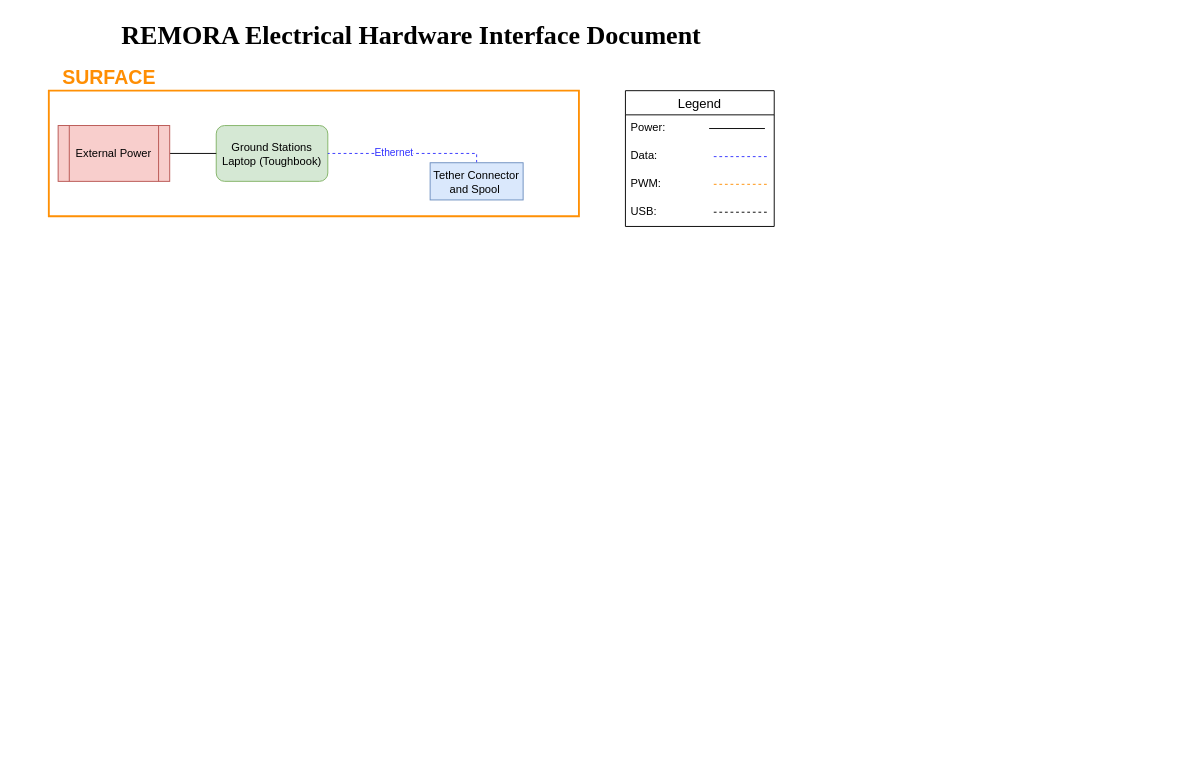
Before: RemoraSID.drawio in sam4413/RobosubSIDs, a draw.io diagram. Source tidied: cells renumbered, new cells numbered last; positions are measured from the earlier drawing's top-left corner, leaving out a move shared by most shapes. Both pictures are drawn from the tidied source at 93%, with x=0, y=0 at pixel (16, 16).
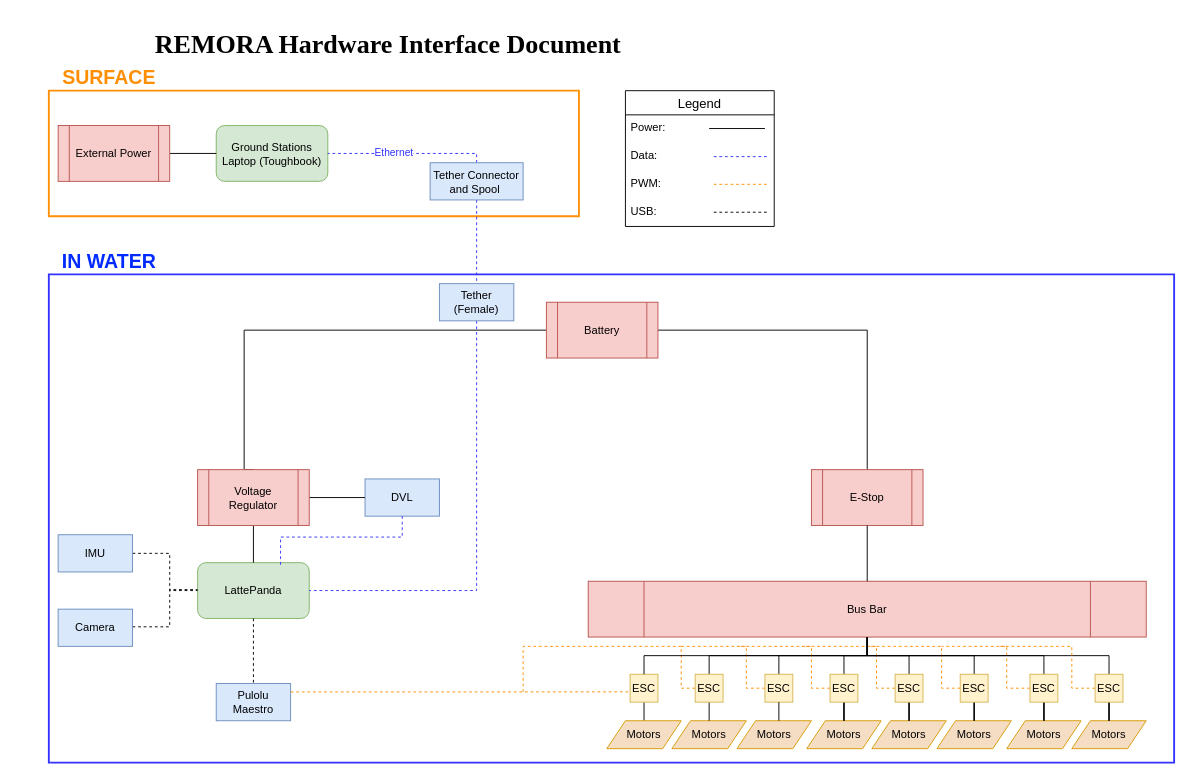
The same page after the edit.

Unchanged cells that the change refers to:
```xml
<mxCell id="8" value="Tether Connector and Spool&amp;nbsp;" style="rounded=0;whiteSpace=wrap;html=1;fillColor=#dae8fc;strokeColor=#6c8ebf;" parent="1" vertex="1">
  <mxGeometry x="445" y="157.5" width="100" height="40" as="geometry" />
</mxCell>
<mxCell id="11" value="Legend" style="swimlane;fontStyle=0;horizontal=1;startSize=26;align=center;fontSize=14;" parent="1" vertex="1">
  <mxGeometry x="655" y="80" width="160" height="146" as="geometry" />
</mxCell>
```

The edit, as a diff of the source:
```diff
@@
-    <mxCell id="2" value="&lt;font face=&quot;Times New Roman&quot; style=&quot;font-size: 28px;&quot;&gt;&lt;b&gt;REMORA Electrical Hardware Interface Document&lt;/b&gt;&lt;/font&gt;" style="text;html=1;whiteSpace=wrap;strokeColor=none;fillColor=none;align=center;verticalAlign=middle;rounded=0;" parent="1" vertex="1">
-      <mxGeometry width="850" height="40" as="geometry" />
-    </mxCell>
-    <mxCell id="3" style="verticalLabelPosition=bottom;verticalAlign=top;html=1;shape=mxgraph.basic.rect;fillColor2=none;strokeWidth=2;size=20;indent=5;fillColor=none;strokeColor=light-dark(#FF9005,#FFFFFF);" parent="1" vertex="1">
-      <mxGeometry x="35" y="80" width="570" height="135" as="geometry" />
-    </mxCell>
+    <mxCell id="20" style="verticalLabelPosition=bottom;verticalAlign=top;html=1;shape=mxgraph.basic.rect;fillColor2=none;strokeWidth=2;size=20;indent=5;fillColor=none;strokeColor=#3333FF;" parent="1" vertex="1">
+      <mxGeometry x="35" y="277.5" width="1210" height="525" as="geometry" />
+    </mxCell>
+    <mxCell id="21" value="&lt;font face=&quot;Times New Roman&quot; style=&quot;font-size: 28px;&quot;&gt;&lt;b&gt;REMORA Hardware Interface Document&lt;/b&gt;&lt;/font&gt;" style="text;html=1;whiteSpace=wrap;strokeColor=none;fillColor=none;align=center;verticalAlign=middle;rounded=0;" parent="1" vertex="1">
+      <mxGeometry x="35" y="10" width="730" height="40" as="geometry" />
+    </mxCell>
+    <mxCell id="22" value="LattePanda" style="rounded=1;whiteSpace=wrap;html=1;fillColor=#d5e8d4;strokeColor=#82b366;" parent="1" vertex="1">
+      <mxGeometry x="195" y="587.5" width="120" height="60" as="geometry" />
+    </mxCell>
+    <mxCell id="23" style="edgeStyle=orthogonalEdgeStyle;rounded=0;jettySize=auto;html=1;entryX=0;entryY=0.5;entryDx=0;entryDy=0;strokeColor=#000000;dashed=1;endArrow=none;endFill=0;" parent="1" edge="1" source="24" target="22">
+      <mxGeometry relative="1" as="geometry">
+        <Array as="points">
+          <mxPoint x="165" y="578" />
+          <mxPoint x="165" y="618" />
+        </Array>
+      </mxGeometry>
+    </mxCell>
+    <mxCell id="24" value="IMU" style="rounded=0;whiteSpace=wrap;html=1;fillColor=#dae8fc;strokeColor=#6c8ebf;" parent="1" vertex="1">
+      <mxGeometry x="45" y="557.5" width="80" height="40" as="geometry" />
+    </mxCell>
+    <mxCell id="25" value="&lt;div&gt;&lt;span style=&quot;background-color: transparent; color: light-dark(rgb(0, 0, 0), rgb(255, 255, 255));&quot;&gt;DVL&lt;/span&gt;&lt;/div&gt;" style="rounded=0;whiteSpace=wrap;html=1;fillColor=#dae8fc;strokeColor=#6c8ebf;" parent="1" vertex="1">
+      <mxGeometry x="375" y="497.5" width="80" height="40" as="geometry" />
+    </mxCell>
+    <mxCell id="26" style="edgeStyle=orthogonalEdgeStyle;rounded=0;jettySize=auto;html=1;exitX=0.5;exitY=1;exitDx=0;exitDy=0;entryX=0.5;entryY=0;entryDx=0;entryDy=0;endArrow=none;endFill=0;" parent="1" edge="1" source="27" target="35">
+      <mxGeometry relative="1" as="geometry" />
+    </mxCell>
+    <mxCell id="27" value="ESC" style="whiteSpace=wrap;html=1;fillColor=#fff2cc;strokeColor=#d6b656;" parent="1" vertex="1">
+      <mxGeometry x="660" y="707.5" width="30" height="30" as="geometry" />
+    </mxCell>
+    <mxCell id="28" value="Pulolu Maestro" style="rounded=0;whiteSpace=wrap;html=1;fillColor=#dae8fc;strokeColor=#6c8ebf;" parent="1" vertex="1">
+      <mxGeometry x="215" y="717.5" width="80" height="40" as="geometry" />
+    </mxCell>
+    <mxCell id="29" style="edgeStyle=orthogonalEdgeStyle;rounded=0;jettySize=auto;html=1;entryX=1;entryY=0.5;entryDx=0;entryDy=0;dashed=1;strokeColor=#3333FF;endArrow=none;endFill=0;" parent="1" edge="1" source="30" target="22">
+      <mxGeometry relative="1" as="geometry">
+        <Array as="points">
+          <mxPoint x="495" y="618" />
+        </Array>
+      </mxGeometry>
+    </mxCell>
+    <mxCell id="30" value="Tether (Female)" style="rounded=0;whiteSpace=wrap;html=1;fillColor=#dae8fc;strokeColor=#6c8ebf;" parent="1" vertex="1">
+      <mxGeometry x="455" y="287.5" width="80" height="40" as="geometry" />
+    </mxCell>
+    <mxCell id="31" style="edgeStyle=orthogonalEdgeStyle;rounded=0;jettySize=auto;html=1;entryX=0.5;entryY=0;entryDx=0;entryDy=0;endArrow=none;endFill=0;" parent="1" edge="1" source="33" target="40">
+      <mxGeometry relative="1" as="geometry" />
+    </mxCell>
+    <mxCell id="32" style="edgeStyle=orthogonalEdgeStyle;rounded=0;jettySize=auto;html=1;entryX=0.5;entryY=0;entryDx=0;entryDy=0;endArrow=none;endFill=0;" parent="1" edge="1" source="33" target="38">
+      <mxGeometry relative="1" as="geometry">
+        <Array as="points">
+          <mxPoint x="245" y="338" />
+          <mxPoint x="245" y="488" />
+        </Array>
+      </mxGeometry>
+    </mxCell>
+    <mxCell id="33" value="Battery" style="shape=process;whiteSpace=wrap;html=1;backgroundOutline=1;fillColor=#f8cecc;strokeColor=#b85450;" parent="1" vertex="1">
+      <mxGeometry x="570" y="307.5" width="120" height="60" as="geometry" />
+    </mxCell>
+    <mxCell id="34" value="Bus Bar" style="shape=process;whiteSpace=wrap;html=1;backgroundOutline=1;fillColor=#f8cecc;strokeColor=#b85450;" parent="1" vertex="1">
+      <mxGeometry x="615" y="607.5" width="600" height="60" as="geometry" />
+    </mxCell>
+    <mxCell id="35" value="Motors" style="shape=parallelogram;perimeter=parallelogramPerimeter;whiteSpace=wrap;html=1;fixedSize=1;fillColor=#F5DDC4;strokeColor=#d79b00;" parent="1" vertex="1">
+      <mxGeometry x="635" y="757.5" width="80" height="30" as="geometry" />
+    </mxCell>
+    <mxCell id="36" style="edgeStyle=orthogonalEdgeStyle;rounded=0;jettySize=auto;html=1;endArrow=none;endFill=0;" parent="1" edge="1" source="38" target="22">
+      <mxGeometry relative="1" as="geometry" />
+    </mxCell>
+    <mxCell id="37" style="edgeStyle=orthogonalEdgeStyle;rounded=0;jettySize=auto;html=1;endArrow=none;endFill=0;" parent="1" edge="1" source="38" target="25">
+      <mxGeometry relative="1" as="geometry" />
+    </mxCell>
+    <mxCell id="38" value="Voltage Regulator" style="shape=process;whiteSpace=wrap;html=1;backgroundOutline=1;fillColor=#f8cecc;strokeColor=#b85450;" parent="1" vertex="1">
+      <mxGeometry x="195" y="487.5" width="120" height="60" as="geometry" />
+    </mxCell>
+    <mxCell id="39" style="endArrow=none;dashed=1;html=1;rounded=0;exitX=0.5;exitY=1;exitDx=0;exitDy=0;entryX=0.5;entryY=0;entryDx=0;entryDy=0;strokeColor=#000000;" parent="1" edge="1" source="22" target="28">
+      <mxGeometry relative="1" as="geometry" />
+    </mxCell>
+    <mxCell id="40" value="E-Stop" style="shape=process;whiteSpace=wrap;html=1;backgroundOutline=1;fillColor=#f8cecc;strokeColor=#b85450;" parent="1" vertex="1">
+      <mxGeometry x="855" y="487.5" width="120" height="60" as="geometry" />
+    </mxCell>
+    <mxCell id="41" value="Motors" style="shape=parallelogram;perimeter=parallelogramPerimeter;whiteSpace=wrap;html=1;fixedSize=1;fillColor=#F5DDC4;strokeColor=#d79b00;" parent="1" vertex="1">
+      <mxGeometry x="705" y="757.5" width="80" height="30" as="geometry" />
+    </mxCell>
+    <mxCell id="42" value="Motors" style="shape=parallelogram;perimeter=parallelogramPerimeter;whiteSpace=wrap;html=1;fixedSize=1;fillColor=#F5DDC4;strokeColor=#d79b00;" parent="1" vertex="1">
+      <mxGeometry x="775" y="757.5" width="80" height="30" as="geometry" />
+    </mxCell>
+    <mxCell id="43" value="Motors" style="shape=parallelogram;perimeter=parallelogramPerimeter;whiteSpace=wrap;html=1;fixedSize=1;fillColor=#F5DDC4;strokeColor=#d79b00;" parent="1" vertex="1">
+      <mxGeometry x="850" y="757.5" width="80" height="30" as="geometry" />
+    </mxCell>
+    <mxCell id="44" value="Motors" style="shape=parallelogram;perimeter=parallelogramPerimeter;whiteSpace=wrap;html=1;fixedSize=1;fillColor=#F5DDC4;strokeColor=#d79b00;" parent="1" vertex="1">
+      <mxGeometry x="920" y="757.5" width="80" height="30" as="geometry" />
+    </mxCell>
+    <mxCell id="45" value="Motors" style="shape=parallelogram;perimeter=parallelogramPerimeter;whiteSpace=wrap;html=1;fixedSize=1;fillColor=#F5DDC4;strokeColor=#d79b00;" parent="1" vertex="1">
+      <mxGeometry x="990" y="757.5" width="80" height="30" as="geometry" />
+    </mxCell>
+    <mxCell id="46" value="Motors" style="shape=parallelogram;perimeter=parallelogramPerimeter;whiteSpace=wrap;html=1;fixedSize=1;fillColor=#F5DDC4;strokeColor=#d79b00;" parent="1" vertex="1">
+      <mxGeometry x="1065" y="757.5" width="80" height="30" as="geometry" />
+    </mxCell>
+    <mxCell id="47" value="Motors" style="shape=parallelogram;perimeter=parallelogramPerimeter;whiteSpace=wrap;html=1;fixedSize=1;fillColor=#F5DDC4;strokeColor=#d79b00;" parent="1" vertex="1">
+      <mxGeometry x="1135" y="757.5" width="80" height="30" as="geometry" />
+    </mxCell>
+    <mxCell id="48" style="edgeStyle=orthogonalEdgeStyle;rounded=0;jettySize=auto;html=1;endArrow=none;endFill=0;" parent="1" edge="1" source="51" target="34">
+      <mxGeometry relative="1" as="geometry" />
+    </mxCell>
+    <mxCell id="49" style="edgeStyle=orthogonalEdgeStyle;rounded=0;jettySize=auto;html=1;exitX=0.5;exitY=1;exitDx=0;exitDy=0;entryX=0.5;entryY=0;entryDx=0;entryDy=0;endArrow=none;endFill=0;" parent="1" edge="1" source="51" target="41">
+      <mxGeometry relative="1" as="geometry" />
+    </mxCell>
+    <mxCell id="50" style="edgeStyle=orthogonalEdgeStyle;rounded=0;jettySize=auto;html=1;exitX=0;exitY=0.5;exitDx=0;exitDy=0;endArrow=none;endFill=0;dashed=1;strokeColor=#FF8E03;" parent="1" edge="1" source="51">
+      <mxGeometry relative="1" as="geometry">
+        <mxPoint x="545" y="727.5" as="targetPoint" />
+        <Array as="points">
+          <mxPoint x="715" y="722.5" />
+          <mxPoint x="715" y="677.5" />
+          <mxPoint x="545" y="677.5" />
+        </Array>
+      </mxGeometry>
+    </mxCell>
+    <mxCell id="51" value="ESC" style="whiteSpace=wrap;html=1;fillColor=#fff2cc;strokeColor=#d6b656;" parent="1" vertex="1">
+      <mxGeometry x="730" y="707.5" width="30" height="30" as="geometry" />
+    </mxCell>
+    <mxCell id="52" style="edgeStyle=orthogonalEdgeStyle;rounded=0;jettySize=auto;html=1;endArrow=none;endFill=0;" parent="1" edge="1" source="54" target="34">
+      <mxGeometry relative="1" as="geometry" />
+    </mxCell>
+    <mxCell id="53" style="edgeStyle=orthogonalEdgeStyle;rounded=0;jettySize=auto;html=1;exitX=0;exitY=0.5;exitDx=0;exitDy=0;endArrow=none;endFill=0;dashed=1;strokeColor=#FF8E03;" parent="1" edge="1" source="54">
+      <mxGeometry relative="1" as="geometry">
+        <mxPoint x="715" y="677.5" as="targetPoint" />
+        <Array as="points">
+          <mxPoint x="785" y="722.5" />
+          <mxPoint x="785" y="677.5" />
+        </Array>
+      </mxGeometry>
+    </mxCell>
+    <mxCell id="54" value="ESC" style="whiteSpace=wrap;html=1;fillColor=#fff2cc;strokeColor=#d6b656;" parent="1" vertex="1">
+      <mxGeometry x="805" y="707.5" width="30" height="30" as="geometry" />
+    </mxCell>
+    <mxCell id="55" style="edgeStyle=orthogonalEdgeStyle;rounded=0;jettySize=auto;html=1;endArrow=none;endFill=0;" parent="1" edge="1" source="58" target="34">
+      <mxGeometry relative="1" as="geometry" />
+    </mxCell>
+    <mxCell id="56" style="edgeStyle=orthogonalEdgeStyle;rounded=0;jettySize=auto;html=1;endArrow=none;endFill=0;" parent="1" edge="1" source="58" target="43">
+      <mxGeometry relative="1" as="geometry" />
+    </mxCell>
+    <mxCell id="57" style="edgeStyle=orthogonalEdgeStyle;rounded=0;jettySize=auto;html=1;exitX=0;exitY=0.5;exitDx=0;exitDy=0;strokeColor=#FF8E03;endArrow=none;endFill=0;dashed=1;" parent="1" edge="1" source="58">
+      <mxGeometry relative="1" as="geometry">
+        <mxPoint x="775" y="677.5" as="targetPoint" />
+        <Array as="points">
+          <mxPoint x="855" y="722.5" />
+          <mxPoint x="855" y="677.5" />
+        </Array>
+      </mxGeometry>
+    </mxCell>
+    <mxCell id="58" value="ESC" style="whiteSpace=wrap;html=1;fillColor=#fff2cc;strokeColor=#d6b656;" parent="1" vertex="1">
+      <mxGeometry x="875" y="707.5" width="30" height="30" as="geometry" />
+    </mxCell>
+    <mxCell id="59" style="endArrow=none;html=1;rounded=0;entryX=0.5;entryY=1;entryDx=0;entryDy=0;exitX=0.5;exitY=0;exitDx=0;exitDy=0;" parent="1" edge="1" source="34" target="40">
+      <mxGeometry relative="1" as="geometry" />
+    </mxCell>
+    <mxCell id="60" style="edgeStyle=orthogonalEdgeStyle;rounded=0;jettySize=auto;html=1;endArrow=none;endFill=0;" parent="1" edge="1" source="63" target="34">
+      <mxGeometry relative="1" as="geometry" />
+    </mxCell>
+    <mxCell id="61" style="edgeStyle=orthogonalEdgeStyle;rounded=0;jettySize=auto;html=1;endArrow=none;endFill=0;" parent="1" edge="1" source="63" target="44">
+      <mxGeometry relative="1" as="geometry" />
+    </mxCell>
+    <mxCell id="62" style="edgeStyle=orthogonalEdgeStyle;rounded=0;jettySize=auto;html=1;exitX=0;exitY=0.5;exitDx=0;exitDy=0;endArrow=none;endFill=0;dashed=1;strokeColor=#FF8E03;" parent="1" edge="1" source="63">
+      <mxGeometry relative="1" as="geometry">
+        <mxPoint x="845" y="677.5" as="targetPoint" />
+        <Array as="points">
+          <mxPoint x="925" y="722.5" />
+          <mxPoint x="925" y="677.5" />
+        </Array>
+      </mxGeometry>
+    </mxCell>
+    <mxCell id="63" value="ESC" style="whiteSpace=wrap;html=1;fillColor=#fff2cc;strokeColor=#d6b656;" parent="1" vertex="1">
+      <mxGeometry x="945" y="707.5" width="30" height="30" as="geometry" />
+    </mxCell>
+    <mxCell id="64" style="edgeStyle=orthogonalEdgeStyle;rounded=0;jettySize=auto;html=1;endArrow=none;endFill=0;" parent="1" edge="1" source="67" target="34">
+      <mxGeometry relative="1" as="geometry" />
+    </mxCell>
+    <mxCell id="65" style="edgeStyle=orthogonalEdgeStyle;rounded=0;jettySize=auto;html=1;endArrow=none;endFill=0;" parent="1" edge="1" source="67" target="45">
+      <mxGeometry relative="1" as="geometry" />
+    </mxCell>
+    <mxCell id="66" style="edgeStyle=orthogonalEdgeStyle;rounded=0;jettySize=auto;html=1;exitX=0;exitY=0.5;exitDx=0;exitDy=0;strokeColor=#FF8E03;endArrow=none;endFill=0;dashed=1;" parent="1" edge="1" source="67">
+      <mxGeometry relative="1" as="geometry">
+        <mxPoint x="915" y="677.5" as="targetPoint" />
+        <Array as="points">
+          <mxPoint x="995" y="722.5" />
+          <mxPoint x="995" y="677.5" />
+        </Array>
+      </mxGeometry>
+    </mxCell>
+    <mxCell id="67" value="ESC" style="whiteSpace=wrap;html=1;fillColor=#fff2cc;strokeColor=#d6b656;" parent="1" vertex="1">
+      <mxGeometry x="1015" y="707.5" width="30" height="30" as="geometry" />
+    </mxCell>
+    <mxCell id="68" style="edgeStyle=orthogonalEdgeStyle;rounded=0;jettySize=auto;html=1;endArrow=none;endFill=0;" parent="1" edge="1" source="71" target="34">
+      <mxGeometry relative="1" as="geometry" />
+    </mxCell>
+    <mxCell id="69" style="edgeStyle=orthogonalEdgeStyle;rounded=0;jettySize=auto;html=1;endArrow=none;endFill=0;" parent="1" edge="1" source="71" target="46">
+      <mxGeometry relative="1" as="geometry" />
+    </mxCell>
+    <mxCell id="70" style="edgeStyle=orthogonalEdgeStyle;rounded=0;jettySize=auto;html=1;exitX=0;exitY=0.5;exitDx=0;exitDy=0;strokeColor=#FF8E03;endArrow=none;endFill=0;dashed=1;" parent="1" edge="1" source="71">
+      <mxGeometry relative="1" as="geometry">
+        <mxPoint x="995" y="677.5" as="targetPoint" />
+        <Array as="points">
+          <mxPoint x="1065" y="722.5" />
+          <mxPoint x="1065" y="677.5" />
+        </Array>
+      </mxGeometry>
+    </mxCell>
+    <mxCell id="71" value="ESC" style="whiteSpace=wrap;html=1;fillColor=#fff2cc;strokeColor=#d6b656;" parent="1" vertex="1">
+      <mxGeometry x="1090" y="707.5" width="30" height="30" as="geometry" />
+    </mxCell>
+    <mxCell id="72" style="edgeStyle=orthogonalEdgeStyle;rounded=0;jettySize=auto;html=1;endArrow=none;endFill=0;" parent="1" edge="1" source="75" target="34">
+      <mxGeometry relative="1" as="geometry" />
+    </mxCell>
+    <mxCell id="73" style="edgeStyle=orthogonalEdgeStyle;rounded=0;jettySize=auto;html=1;endArrow=none;endFill=0;" parent="1" edge="1" source="75" target="47">
+      <mxGeometry relative="1" as="geometry" />
+    </mxCell>
+    <mxCell id="74" style="edgeStyle=orthogonalEdgeStyle;rounded=0;jettySize=auto;html=1;exitX=0;exitY=0.5;exitDx=0;exitDy=0;endArrow=none;endFill=0;dashed=1;strokeColor=#FF8E03;" parent="1" edge="1" source="75">
+      <mxGeometry relative="1" as="geometry">
+        <mxPoint x="1055" y="677.5" as="targetPoint" />
+        <Array as="points">
+          <mxPoint x="1135" y="722.5" />
+          <mxPoint x="1135" y="677.5" />
+        </Array>
+      </mxGeometry>
+    </mxCell>
+    <mxCell id="75" value="ESC" style="whiteSpace=wrap;html=1;fillColor=#fff2cc;strokeColor=#d6b656;" parent="1" vertex="1">
+      <mxGeometry x="1160" y="707.5" width="30" height="30" as="geometry" />
+    </mxCell>
+    <mxCell id="76" style="edgeStyle=orthogonalEdgeStyle;rounded=0;jettySize=auto;html=1;exitX=0.5;exitY=0;exitDx=0;exitDy=0;endArrow=none;endFill=0;" parent="1" edge="1" source="27" target="34">
+      <mxGeometry relative="1" as="geometry">
+        <Array as="points">
+          <mxPoint x="675" y="687.5" />
+          <mxPoint x="915" y="687.5" />
+        </Array>
+      </mxGeometry>
+    </mxCell>
+    <mxCell id="77" style="edgeStyle=orthogonalEdgeStyle;rounded=0;jettySize=auto;html=1;exitX=0.5;exitY=1;exitDx=0;exitDy=0;endArrow=none;endFill=0;" parent="1" edge="1" source="54">
+      <mxGeometry relative="1" as="geometry">
+        <mxPoint x="820" y="757.5" as="targetPoint" />
+      </mxGeometry>
+    </mxCell>
+    <mxCell id="78" style="edgeStyle=orthogonalEdgeStyle;rounded=0;jettySize=auto;html=1;entryX=0.014;entryY=0.629;entryDx=0;entryDy=0;entryPerimeter=0;endArrow=none;endFill=0;dashed=1;strokeColor=#FF8E03;" parent="1" edge="1" source="28" target="27">
+      <mxGeometry relative="1" as="geometry">
+        <Array as="points">
+          <mxPoint x="505" y="726.5" />
+          <mxPoint x="505" y="726.5" />
+        </Array>
+      </mxGeometry>
+    </mxCell>
+    <mxCell id="79" style="edgeStyle=orthogonalEdgeStyle;rounded=0;orthogonalLoop=1;jettySize=auto;html=1;entryX=0;entryY=0.5;entryDx=0;entryDy=0;strokeColor=#000000;dashed=1;endArrow=none;endFill=0;" parent="1" edge="1">
+      <mxGeometry relative="1" as="geometry">
+        <mxPoint x="125" y="656.5" as="sourcePoint" />
+        <mxPoint x="195" y="616.5" as="targetPoint" />
+        <Array as="points">
+          <mxPoint x="165" y="657" />
+          <mxPoint x="165" y="617" />
+        </Array>
+      </mxGeometry>
+    </mxCell>
+    <mxCell id="80" value="Camera" style="rounded=0;whiteSpace=wrap;html=1;fillColor=#dae8fc;strokeColor=#6c8ebf;" parent="1" vertex="1">
+      <mxGeometry x="45" y="637.5" width="80" height="40" as="geometry" />
+    </mxCell>
+    <mxCell id="81" style="verticalLabelPosition=bottom;verticalAlign=top;html=1;shape=mxgraph.basic.rect;fillColor2=none;strokeWidth=2;size=20;indent=5;fillColor=none;strokeColor=light-dark(#FF9005,#FFFFFF);" parent="1" vertex="1">
+      <mxGeometry x="35" y="80" width="570" height="135" as="geometry" />
+    </mxCell>
+    <mxCell id="82" value="&lt;h2&gt;&lt;font style=&quot;font-size: 21px; color: light-dark(rgb(0, 42, 255), rgb(255, 255, 255));&quot;&gt;IN WATER&lt;/font&gt;&lt;/h2&gt;" style="text;html=1;whiteSpace=wrap;strokeColor=none;fillColor=none;align=center;verticalAlign=middle;rounded=0;" parent="1" vertex="1">
+      <mxGeometry x="35" y="247.5" width="130" height="30" as="geometry" />
+    </mxCell>
@@
+    <mxCell id="83" style="edgeStyle=orthogonalEdgeStyle;rounded=0;jettySize=auto;html=1;strokeColor=#3333FF;dashed=1;endArrow=none;endFill=0;" parent="1" edge="1" source="8" target="30">
+      <mxGeometry relative="1" as="geometry" />
+    </mxCell>
@@
-    <mxCell id="12" style="endArrow=none;html=1;rounded=0;" parent="11" edge="1">
-      <mxGeometry relative="1" as="geometry">
-        <mxPoint x="90" y="40.7" as="sourcePoint" />
-        <mxPoint x="150" y="40.7" as="targetPoint" />
-      </mxGeometry>
-    </mxCell>
+    <mxCell id="84" style="endArrow=none;html=1;rounded=0;" parent="11" edge="1">
+      <mxGeometry relative="1" as="geometry">
+        <mxPoint x="90" y="40.7" as="sourcePoint" />
+        <mxPoint x="150" y="40.7" as="targetPoint" />
+      </mxGeometry>
+    </mxCell>
@@
-    <mxCell id="15" style="endArrow=none;dashed=1;html=1;rounded=0;strokeColor=light-dark(#FF8E03,#FFFFFF);" parent="11" edge="1">
-      <mxGeometry relative="1" as="geometry">
-        <mxPoint x="95" y="100.7" as="sourcePoint" />
-        <mxPoint x="155" y="100.7" as="targetPoint" />
-      </mxGeometry>
-    </mxCell>
+    <mxCell id="85" style="endArrow=none;dashed=1;html=1;rounded=0;strokeColor=light-dark(#FF8E03,#FFFFFF);" parent="11" edge="1">
+      <mxGeometry relative="1" as="geometry">
+        <mxPoint x="95" y="100.7" as="sourcePoint" />
+        <mxPoint x="155" y="100.7" as="targetPoint" />
+      </mxGeometry>
+    </mxCell>
@@
-    <mxCell id="17" style="endArrow=none;dashed=1;html=1;rounded=0;strokeColor=light-dark(#000000,#FFFFFF);" parent="11" edge="1">
-      <mxGeometry relative="1" as="geometry">
-        <mxPoint x="95" y="130.7" as="sourcePoint" />
-        <mxPoint x="155" y="130.7" as="targetPoint" />
-      </mxGeometry>
-    </mxCell>
+    <mxCell id="86" style="endArrow=none;dashed=1;html=1;rounded=0;strokeColor=light-dark(#000000,#FFFFFF);" parent="11" edge="1">
+      <mxGeometry relative="1" as="geometry">
+        <mxPoint x="95" y="130.7" as="sourcePoint" />
+        <mxPoint x="155" y="130.7" as="targetPoint" />
+      </mxGeometry>
+    </mxCell>
@@
-    <mxCell id="19" style="endArrow=none;dashed=1;html=1;rounded=0;strokeColor=light-dark(#3333FF,#FFFFFF);fontColor=#FF0000;" parent="1" edge="1">
-      <mxGeometry relative="1" as="geometry">
-        <mxPoint x="750" y="150.9" as="sourcePoint" />
-        <mxPoint x="810" y="150.9" as="targetPoint" />
-      </mxGeometry>
-    </mxCell>
+    <mxCell id="87" style="endArrow=none;dashed=1;html=1;rounded=0;strokeColor=light-dark(#3333FF,#FFFFFF);fontColor=#FF0000;" parent="1" edge="1">
+      <mxGeometry relative="1" as="geometry">
+        <mxPoint x="750" y="150.9" as="sourcePoint" />
+        <mxPoint x="810" y="150.9" as="targetPoint" />
+      </mxGeometry>
+    </mxCell>
+    <mxCell id="88" style="edgeStyle=orthogonalEdgeStyle;rounded=0;jettySize=auto;html=1;entryX=0.743;entryY=0.045;entryDx=0;entryDy=0;entryPerimeter=0;endArrow=none;endFill=0;strokeColor=#3333FF;dashed=1;" parent="1" edge="1" source="25" target="22">
+      <mxGeometry relative="1" as="geometry">
+        <Array as="points">
+          <mxPoint x="415" y="560" />
+          <mxPoint x="284" y="560" />
+        </Array>
+      </mxGeometry>
+    </mxCell>
```
